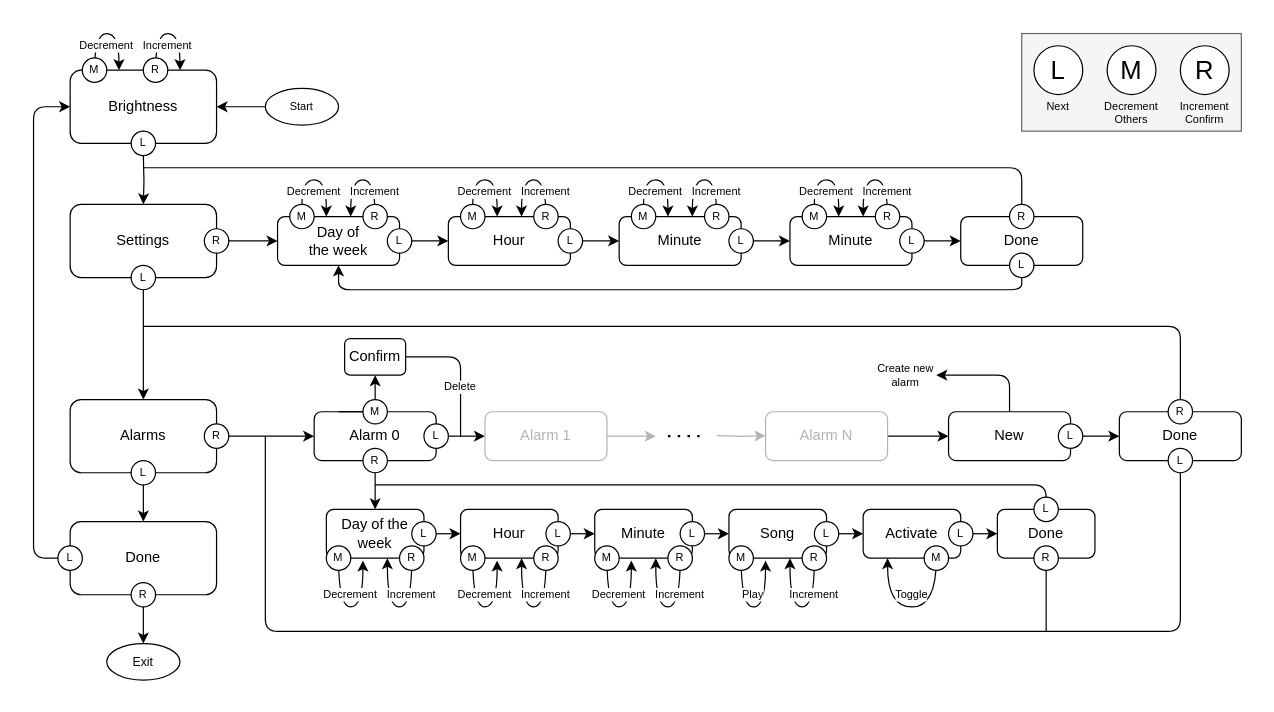
Earlier version of the draw.io diagram images/MenuFlow.drawio (wahlencraft/pico-alarm-clock). Source tidied: cells renumbered, new cells numbered last; positions are measured from the earlier drawing's top-left corner, leaving out a move shared by most shapes. Both pictures are drawn from the tidied source at 122%, with x=0, y=0 at pixel (21, 21).
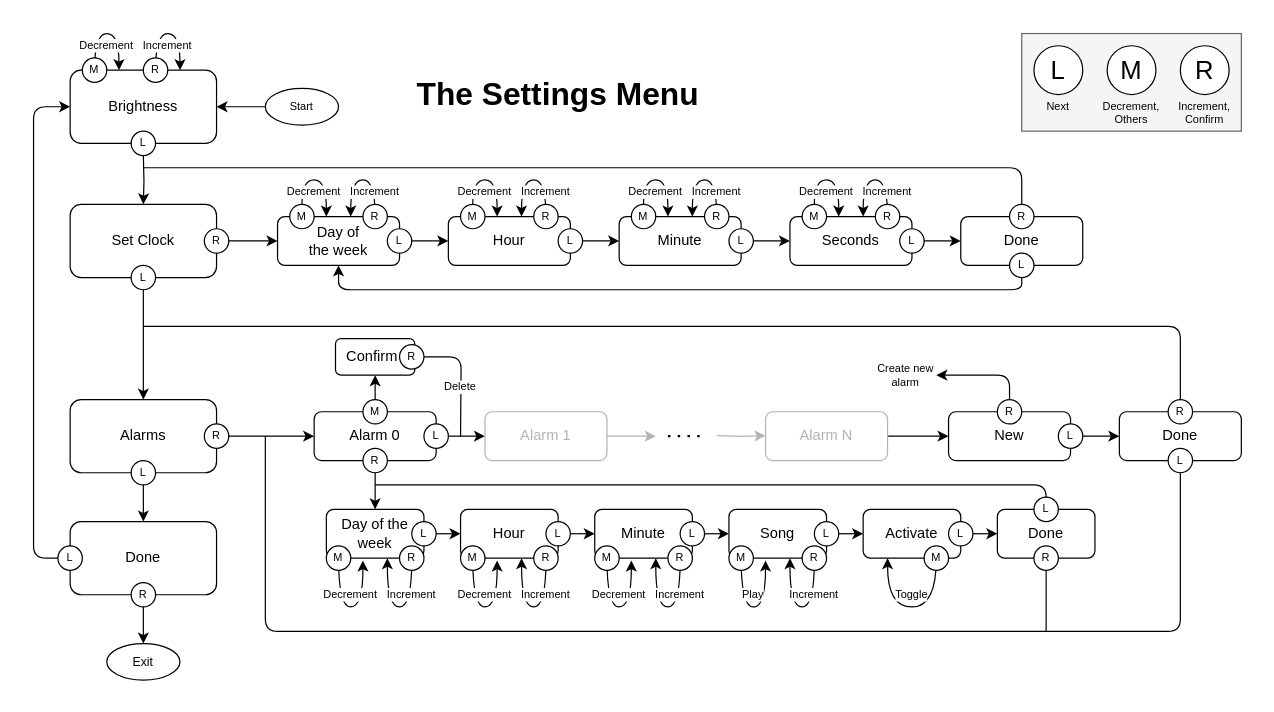
The same page after the edit.

Commit message (it also covers changes not shown here):
Fix error in the flowchart

Unchanged cells that the change refers to:
```xml
<mxCell id="70" value="Alarm 0" style="rounded=1;whiteSpace=wrap;html=1;labelBackgroundColor=#ffffff;" parent="1" vertex="1">
  <mxGeometry x="240" y="320" width="100" height="40" as="geometry" />
</mxCell>
<mxCell id="74" value="M" style="ellipse;whiteSpace=wrap;html=1;labelBackgroundColor=#ffffff;fontSize=9;" parent="1" vertex="1">
  <mxGeometry x="280" y="310" width="20" height="20" as="geometry" />
</mxCell>
```

Diff of the diagram source:
```diff
@@
-    <mxCell id="7" value="Settings" style="rounded=1;whiteSpace=wrap;html=1;" parent="1" vertex="1">
+    <mxCell id="7" value="Set Clock" style="rounded=1;whiteSpace=wrap;html=1;" parent="1" vertex="1">
       <mxGeometry x="40" y="150" width="120" height="60" as="geometry" />
     </mxCell>
@@
-    <mxCell id="57" value="Minute" style="rounded=1;whiteSpace=wrap;html=1;labelBackgroundColor=#ffffff;" parent="1" vertex="1">
+    <mxCell id="57" value="Seconds" style="rounded=1;whiteSpace=wrap;html=1;labelBackgroundColor=#ffffff;" parent="1" vertex="1">
       <mxGeometry x="630" y="160" width="100" height="40" as="geometry" />
     </mxCell>
@@
+    <mxCell id="156" style="edgeStyle=orthogonalEdgeStyle;rounded=1;jettySize=auto;html=1;endArrow=classic;endFill=1;" parent="1" edge="1" source="70" target="76">
+      <mxGeometry relative="1" as="geometry" />
+    </mxCell>
@@
-    <mxCell id="73" style="edgeStyle=orthogonalEdgeStyle;rounded=0;jettySize=auto;html=1;exitX=0.5;exitY=0;exitDx=0;exitDy=0;entryX=0.5;entryY=1;entryDx=0;entryDy=0;fontSize=9;" parent="1" edge="1" source="74" target="76">
-      <mxGeometry relative="1" as="geometry" />
-    </mxCell>
@@
-    <mxCell id="75" style="curved=1;endArrow=none;html=1;fontSize=9;" parent="1" edge="1" target="74">
-      <mxGeometry relative="1" as="geometry">
-        <mxPoint x="260" y="320" as="sourcePoint" />
-      </mxGeometry>
-    </mxCell>
+    <mxCell id="157" style="edgeStyle=orthogonalEdgeStyle;jettySize=auto;html=1;rounded=1;endArrow=none;endFill=0;" parent="1" edge="1" source="76">
+      <mxGeometry relative="1" as="geometry">
+        <mxPoint x="360" y="340" as="targetPoint" />
+      </mxGeometry>
+    </mxCell>
-    <mxCell id="76" value="Confirm" style="rounded=1;whiteSpace=wrap;html=1;labelBackgroundColor=#ffffff;" parent="1" vertex="1">
-      <mxGeometry x="265" y="260" width="50" height="30" as="geometry" />
+    <mxCell id="76" value="&amp;nbsp; Confirm" style="rounded=1;whiteSpace=wrap;html=1;labelBackgroundColor=#ffffff;align=left;" parent="1" vertex="1">
+      <mxGeometry x="257.5" y="260" width="65" height="30" as="geometry" />
     </mxCell>
@@
-    <mxCell id="128" style="endArrow=none;html=1;fontSize=9;exitX=1;exitY=0.5;exitDx=0;exitDy=0;" parent="1" edge="1" source="76">
-      <mxGeometry relative="1" as="geometry">
-        <mxPoint x="360" y="340" as="targetPoint" />
-        <Array as="points">
-          <mxPoint x="360" y="275" />
-        </Array>
-      </mxGeometry>
-    </mxCell>
@@
-    <mxCell id="154" value="&lt;div&gt;&lt;span style=&quot;background-color: transparent&quot;&gt;Decrement&lt;/span&gt;&lt;/div&gt;&lt;div&gt;&lt;span style=&quot;background-color: transparent&quot;&gt;Others&lt;br&gt;&lt;/span&gt;&lt;/div&gt;" style="text;html=1;strokeColor=none;fillColor=none;align=center;verticalAlign=middle;whiteSpace=wrap;rounded=0;labelBackgroundColor=none;fontSize=9;" parent="1" vertex="1">
+    <mxCell id="154" value="&lt;div&gt;&lt;span style=&quot;background-color: transparent&quot;&gt;Decrement,&lt;/span&gt;&lt;/div&gt;&lt;div&gt;&lt;span style=&quot;background-color: transparent&quot;&gt;Others&lt;br&gt;&lt;/span&gt;&lt;/div&gt;" style="text;html=1;strokeColor=none;fillColor=none;align=center;verticalAlign=middle;whiteSpace=wrap;rounded=0;labelBackgroundColor=none;fontSize=9;" parent="1" vertex="1">
       <mxGeometry x="890" y="65" width="40" height="20" as="geometry" />
     </mxCell>
-    <mxCell id="155" value="&lt;div&gt;Increment&lt;/div&gt;&lt;div&gt;Confirm&lt;br&gt;&lt;/div&gt;" style="text;html=1;strokeColor=none;fillColor=none;align=center;verticalAlign=middle;whiteSpace=wrap;rounded=0;labelBackgroundColor=none;fontSize=9;" parent="1" vertex="1">
+    <mxCell id="155" value="&lt;div&gt;Increment,&lt;/div&gt;&lt;div&gt;Confirm&lt;br&gt;&lt;/div&gt;" style="text;html=1;strokeColor=none;fillColor=none;align=center;verticalAlign=middle;whiteSpace=wrap;rounded=0;labelBackgroundColor=none;fontSize=9;" parent="1" vertex="1">
       <mxGeometry x="950" y="65" width="40" height="20" as="geometry" />
     </mxCell>
+    <mxCell id="158" value="R" style="ellipse;whiteSpace=wrap;html=1;labelBackgroundColor=#ffffff;fontSize=9;" parent="1" vertex="1">
+      <mxGeometry x="800" y="310" width="20" height="20" as="geometry" />
+    </mxCell>
+    <mxCell id="159" value="R" style="ellipse;whiteSpace=wrap;html=1;labelBackgroundColor=#ffffff;fontSize=9;" parent="1" vertex="1">
+      <mxGeometry x="310" y="265" width="20" height="20" as="geometry" />
+    </mxCell>
+    <mxCell id="160" value="&lt;b&gt;&lt;font style=&quot;font-size: 26px&quot;&gt;The Settings Menu&lt;/font&gt;&lt;/b&gt;" style="text;html=1;strokeColor=none;fillColor=none;align=center;verticalAlign=middle;whiteSpace=wrap;rounded=0;" parent="1" vertex="1">
+      <mxGeometry x="290" y="50" width="300" height="20" as="geometry" />
+    </mxCell>
```
